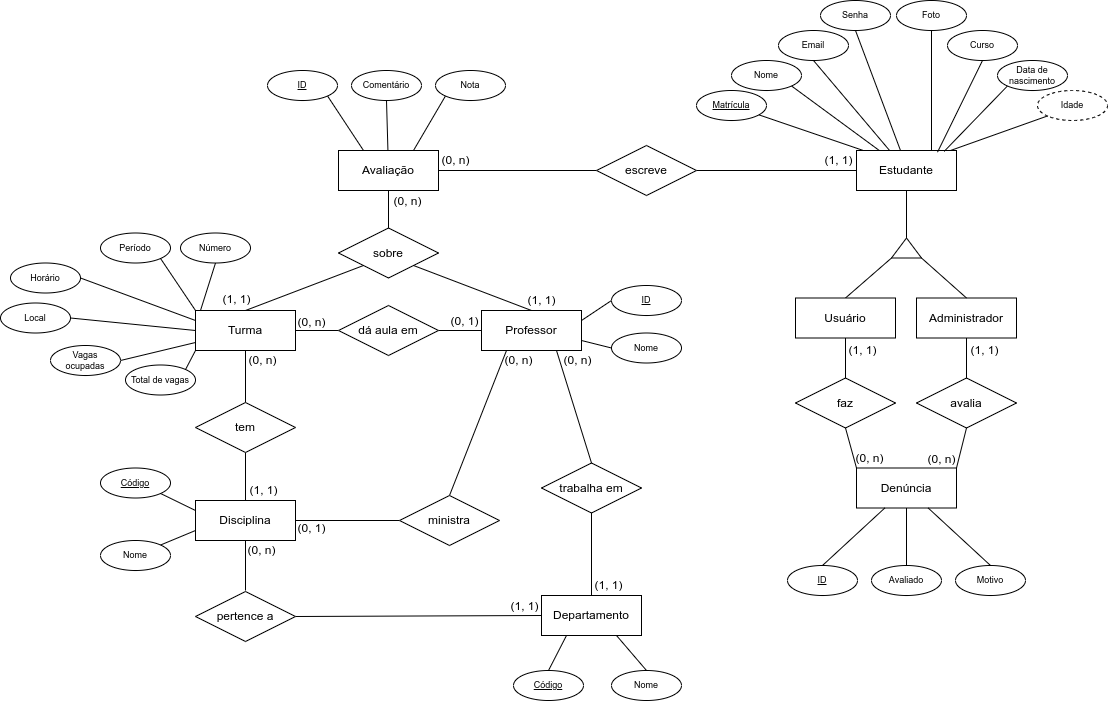
leorb99/Projeto_BD keeps this draw.io diagram as MER.png. Above is the earlier version. Source tidied: cells renumbered, new cells last; positions are measured from the earlier drawing's top-left corner, leaving out a move shared by most shapes.
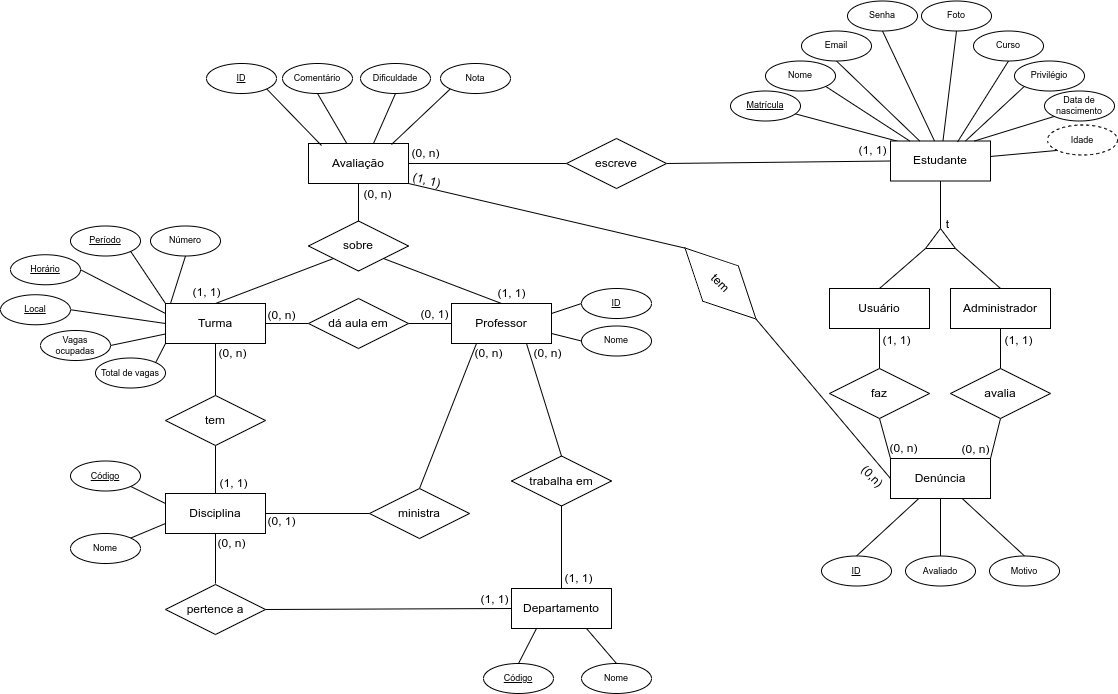
Later version of the same file.

The edit, as a diff of the source:
```diff
@@ -11,7 +11,7 @@
       <mxGeometry x="195" y="500" width="100" height="40" as="geometry" />
     </mxCell>
     <mxCell id="4" value="Administrador" style="whiteSpace=wrap;html=1;align=center;" parent="1" vertex="1">
-      <mxGeometry x="916" y="297.5" width="100" height="40" as="geometry" />
+      <mxGeometry x="980" y="295" width="100" height="40" as="geometry" />
     </mxCell>
     <mxCell id="5" style="edgeStyle=none;html=1;exitX=0.25;exitY=1;exitDx=0;exitDy=0;entryX=0.5;entryY=0;entryDx=0;entryDy=0;endArrow=none;endFill=0;" parent="1" edge="1" source="7" target="29">
       <mxGeometry relative="1" as="geometry" />
@@ -25,11 +25,17 @@
     <mxCell id="8" style="edgeStyle=none;html=1;exitX=0.5;exitY=1;exitDx=0;exitDy=0;entryX=0.5;entryY=0;entryDx=0;entryDy=0;endArrow=none;endFill=0;" parent="1" edge="1" source="9" target="35">
       <mxGeometry relative="1" as="geometry" />
     </mxCell>
+    <mxCell id="114" style="edgeStyle=none;html=1;exitX=1;exitY=1;exitDx=0;exitDy=0;entryX=0;entryY=0.5;entryDx=0;entryDy=0;endArrow=none;endFill=0;" parent="1" edge="1" source="9" target="121">
+      <mxGeometry relative="1" as="geometry" />
+    </mxCell>
     <mxCell id="9" value="Avaliação" style="whiteSpace=wrap;html=1;align=center;" parent="1" vertex="1">
       <mxGeometry x="338" y="150" width="100" height="40" as="geometry" />
     </mxCell>
+    <mxCell id="115" style="edgeStyle=none;html=1;exitX=0;exitY=0.5;exitDx=0;exitDy=0;entryX=1;entryY=0.5;entryDx=0;entryDy=0;endArrow=none;endFill=0;" parent="1" edge="1" source="10" target="121">
+      <mxGeometry relative="1" as="geometry" />
+    </mxCell>
     <mxCell id="10" value="Denúncia" style="whiteSpace=wrap;html=1;align=center;" parent="1" vertex="1">
-      <mxGeometry x="856" y="467.5" width="100" height="40" as="geometry" />
+      <mxGeometry x="920" y="465" width="100" height="40" as="geometry" />
     </mxCell>
     <mxCell id="11" value="Departamento" style="whiteSpace=wrap;html=1;align=center;" parent="1" vertex="1">
       <mxGeometry x="541" y="595" width="100" height="40" as="geometry" />
@@ -44,7 +50,7 @@
       <mxGeometry relative="1" as="geometry" />
     </mxCell>
     <mxCell id="15" value="Estudante" style="whiteSpace=wrap;html=1;align=center;" parent="1" vertex="1">
-      <mxGeometry x="856" y="150" width="100" height="40" as="geometry" />
+      <mxGeometry x="920" y="147.5" width="100" height="40" as="geometry" />
     </mxCell>
     <mxCell id="16" style="edgeStyle=none;html=1;exitX=1;exitY=1;exitDx=0;exitDy=0;exitPerimeter=0;entryX=0.5;entryY=0;entryDx=0;entryDy=0;endArrow=none;endFill=0;" parent="1" edge="1" source="18" target="4">
       <mxGeometry relative="1" as="geometry" />
@@ -53,13 +59,13 @@
       <mxGeometry relative="1" as="geometry" />
     </mxCell>
     <mxCell id="18" style="verticalLabelPosition=bottom;verticalAlign=top;html=1;shape=mxgraph.basic.acute_triangle;dx=0.5;" parent="1" vertex="1">
-      <mxGeometry x="891" y="237.5" width="30" height="20" as="geometry" />
+      <mxGeometry x="955" y="235" width="30" height="20" as="geometry" />
     </mxCell>
     <mxCell id="19" style="edgeStyle=none;html=1;exitX=0.5;exitY=1;exitDx=0;exitDy=0;endArrow=none;endFill=0;" parent="1" edge="1" source="20" target="25">
       <mxGeometry relative="1" as="geometry" />
     </mxCell>
     <mxCell id="20" value="Usuário" style="whiteSpace=wrap;html=1;align=center;" parent="1" vertex="1">
-      <mxGeometry x="795" y="297.5" width="100" height="40" as="geometry" />
+      <mxGeometry x="859" y="295" width="100" height="40" as="geometry" />
     </mxCell>
     <mxCell id="21" style="edgeStyle=none;html=1;exitX=0.5;exitY=1;exitDx=0;exitDy=0;endArrow=none;endFill=0;" parent="1" edge="1" source="23" target="48">
       <mxGeometry relative="1" as="geometry" />
@@ -74,7 +80,7 @@
       <mxGeometry relative="1" as="geometry" />
     </mxCell>
     <mxCell id="25" value="faz" style="shape=rhombus;perimeter=rhombusPerimeter;whiteSpace=wrap;html=1;align=center;" parent="1" vertex="1">
-      <mxGeometry x="795" y="377.5" width="100" height="50" as="geometry" />
+      <mxGeometry x="859" y="375" width="100" height="50" as="geometry" />
     </mxCell>
     <mxCell id="26" style="edgeStyle=none;html=1;exitX=0;exitY=0.5;exitDx=0;exitDy=0;entryX=1;entryY=0.5;entryDx=0;entryDy=0;endArrow=none;endFill=0;" parent="1" edge="1" source="27" target="9">
       <mxGeometry relative="1" as="geometry" />
@@ -95,7 +101,7 @@
       <mxGeometry relative="1" as="geometry" />
     </mxCell>
     <mxCell id="32" value="avalia" style="shape=rhombus;perimeter=rhombusPerimeter;whiteSpace=wrap;html=1;align=center;" parent="1" vertex="1">
-      <mxGeometry x="916" y="377.5" width="100" height="50" as="geometry" />
+      <mxGeometry x="980" y="375" width="100" height="50" as="geometry" />
     </mxCell>
     <mxCell id="33" style="edgeStyle=none;html=1;entryX=0.5;entryY=0;entryDx=0;entryDy=0;endArrow=none;endFill=0;exitX=0;exitY=1;exitDx=0;exitDy=0;" parent="1" edge="1" source="35" target="23">
       <mxGeometry relative="1" as="geometry" />
@@ -107,22 +113,22 @@
       <mxGeometry x="338" y="227.5" width="100" height="50" as="geometry" />
     </mxCell>
     <mxCell id="36" value="(1, 1)" style="text;html=1;align=center;verticalAlign=middle;strokeColor=none;fillColor=none;" parent="1" vertex="1">
-      <mxGeometry x="837" y="334.5" width="50" height="30" as="geometry" />
+      <mxGeometry x="901" y="332" width="50" height="30" as="geometry" />
     </mxCell>
     <mxCell id="37" value="(0, n)" style="text;html=1;align=center;verticalAlign=middle;strokeColor=none;fillColor=none;" parent="1" vertex="1">
-      <mxGeometry x="844" y="442.5" width="50" height="30" as="geometry" />
+      <mxGeometry x="908" y="440" width="50" height="30" as="geometry" />
     </mxCell>
     <mxCell id="38" value="(0, n)" style="text;html=1;align=center;verticalAlign=middle;strokeColor=none;fillColor=none;" parent="1" vertex="1">
-      <mxGeometry x="916" y="443.5" width="50" height="30" as="geometry" />
+      <mxGeometry x="980" y="441" width="50" height="30" as="geometry" />
     </mxCell>
     <mxCell id="39" value="(1, 1)" style="text;html=1;align=center;verticalAlign=middle;strokeColor=none;fillColor=none;" parent="1" vertex="1">
-      <mxGeometry x="959" y="334.5" width="50" height="30" as="geometry" />
+      <mxGeometry x="1023" y="332" width="50" height="30" as="geometry" />
     </mxCell>
     <mxCell id="40" value="(0, n)" style="text;html=1;align=center;verticalAlign=middle;strokeColor=none;fillColor=none;" parent="1" vertex="1">
       <mxGeometry x="430" y="144.5" width="50" height="30" as="geometry" />
     </mxCell>
     <mxCell id="41" value="(1, 1)" style="text;html=1;align=center;verticalAlign=middle;strokeColor=none;fillColor=none;" parent="1" vertex="1">
-      <mxGeometry x="813" y="145" width="50" height="30" as="geometry" />
+      <mxGeometry x="877" y="142.5" width="50" height="30" as="geometry" />
     </mxCell>
     <mxCell id="42" value="(0, n)" style="text;html=1;align=center;verticalAlign=middle;strokeColor=none;fillColor=none;" parent="1" vertex="1">
       <mxGeometry x="382" y="185.5" width="50" height="30" as="geometry" />
@@ -191,54 +197,54 @@
       <mxGeometry relative="1" as="geometry" />
     </mxCell>
     <mxCell id="64" value="Senha" style="ellipse;whiteSpace=wrap;html=1;align=center;fontSize=9;" parent="1" vertex="1">
-      <mxGeometry x="820" width="70" height="30" as="geometry" />
+      <mxGeometry x="877" y="7.5" width="70" height="30" as="geometry" />
     </mxCell>
     <mxCell id="65" value="&lt;u style=&quot;font-size: 9px;&quot;&gt;Matrícula&lt;br style=&quot;font-size: 9px;&quot;&gt;&lt;/u&gt;" style="ellipse;whiteSpace=wrap;html=1;align=center;fontSize=9;" parent="1" vertex="1">
-      <mxGeometry x="696" y="90" width="70" height="30" as="geometry" />
+      <mxGeometry x="760" y="97.5" width="70" height="30" as="geometry" />
     </mxCell>
     <mxCell id="66" style="edgeStyle=none;html=1;exitX=0.5;exitY=1;exitDx=0;exitDy=0;endArrow=none;endFill=0;" parent="1" edge="1" source="67" target="15">
       <mxGeometry relative="1" as="geometry" />
     </mxCell>
     <mxCell id="67" value="Email" style="ellipse;whiteSpace=wrap;html=1;align=center;fontSize=9;" parent="1" vertex="1">
-      <mxGeometry x="778" y="30" width="70" height="30" as="geometry" />
+      <mxGeometry x="831" y="37.5" width="70" height="30" as="geometry" />
     </mxCell>
     <mxCell id="68" style="edgeStyle=none;html=1;exitX=1;exitY=1;exitDx=0;exitDy=0;endArrow=none;endFill=0;" parent="1" edge="1" source="69" target="15">
       <mxGeometry relative="1" as="geometry" />
     </mxCell>
     <mxCell id="69" value="Nome" style="ellipse;whiteSpace=wrap;html=1;align=center;fontSize=9;" parent="1" vertex="1">
-      <mxGeometry x="731" y="60" width="70" height="30" as="geometry" />
+      <mxGeometry x="795" y="67.5" width="70" height="30" as="geometry" />
     </mxCell>
-    <mxCell id="70" style="edgeStyle=none;html=1;exitX=0.5;exitY=1;exitDx=0;exitDy=0;entryX=0.81;entryY=0.042;entryDx=0;entryDy=0;endArrow=none;endFill=0;entryPerimeter=0;" parent="1" edge="1" source="71" target="15">
+    <mxCell id="70" style="edgeStyle=none;html=1;exitX=0.5;exitY=1;exitDx=0;exitDy=0;entryX=0.67;entryY=0.025;entryDx=0;entryDy=0;endArrow=none;endFill=0;entryPerimeter=0;" parent="1" edge="1" source="71" target="15">
       <mxGeometry relative="1" as="geometry" />
     </mxCell>
     <mxCell id="71" value="Curso" style="ellipse;whiteSpace=wrap;html=1;align=center;fontSize=9;" parent="1" vertex="1">
-      <mxGeometry x="947" y="30" width="70" height="30" as="geometry" />
+      <mxGeometry x="1003" y="37.5" width="70" height="30" as="geometry" />
     </mxCell>
-    <mxCell id="72" style="edgeStyle=none;html=1;exitX=0;exitY=1;exitDx=0;exitDy=0;endArrow=none;endFill=0;entryX=0.877;entryY=0.021;entryDx=0;entryDy=0;entryPerimeter=0;" parent="1" edge="1" source="73" target="15">
-      <mxGeometry relative="1" as="geometry" />
+    <mxCell id="72" style="edgeStyle=none;html=1;exitX=0;exitY=1;exitDx=0;exitDy=0;endArrow=none;endFill=0;" parent="1" edge="1" source="73">
+      <mxGeometry relative="1" as="geometry">
+        <mxPoint x="1004" y="147.5" as="targetPoint" />
+      </mxGeometry>
     </mxCell>
     <mxCell id="73" value="Data de nascimento" style="ellipse;whiteSpace=wrap;html=1;align=center;fontSize=9;" parent="1" vertex="1">
-      <mxGeometry x="997" y="60" width="70" height="30" as="geometry" />
+      <mxGeometry x="1074" y="97.5" width="70" height="30" as="geometry" />
     </mxCell>
-    <mxCell id="74" style="edgeStyle=none;html=1;exitX=0.5;exitY=1;exitDx=0;exitDy=0;entryX=0.75;entryY=0;entryDx=0;entryDy=0;endArrow=none;endFill=0;" parent="1" edge="1" source="75" target="15">
+    <mxCell id="74" style="edgeStyle=none;html=1;exitX=0.5;exitY=1;exitDx=0;exitDy=0;endArrow=none;endFill=0;" parent="1" edge="1" source="75" target="15">
       <mxGeometry relative="1" as="geometry" />
     </mxCell>
     <mxCell id="75" value="Foto" style="ellipse;whiteSpace=wrap;html=1;align=center;fontSize=9;" parent="1" vertex="1">
-      <mxGeometry x="896" width="70" height="30" as="geometry" />
+      <mxGeometry x="951" y="7.5" width="70" height="30" as="geometry" />
     </mxCell>
-    <mxCell id="76" style="edgeStyle=none;html=1;exitX=0;exitY=1;exitDx=0;exitDy=0;endArrow=none;endFill=0;" parent="1" edge="1" source="77">
-      <mxGeometry relative="1" as="geometry">
-        <mxPoint x="950" y="150" as="targetPoint" />
-      </mxGeometry>
+    <mxCell id="76" style="edgeStyle=none;html=1;exitX=0;exitY=1;exitDx=0;exitDy=0;endArrow=none;endFill=0;" parent="1" edge="1" source="77" target="15">
+      <mxGeometry relative="1" as="geometry" />
     </mxCell>
     <mxCell id="77" value="&lt;font style=&quot;font-size: 9px;&quot;&gt;Idade&lt;/font&gt;" style="ellipse;whiteSpace=wrap;html=1;align=center;dashed=1;fontSize=9;" parent="1" vertex="1">
-      <mxGeometry x="1037" y="90" width="70" height="30" as="geometry" />
+      <mxGeometry x="1077" y="131.5" width="70" height="30" as="geometry" />
     </mxCell>
     <mxCell id="78" style="edgeStyle=none;html=1;exitX=1;exitY=0.5;exitDx=0;exitDy=0;entryX=0;entryY=0.25;entryDx=0;entryDy=0;fontSize=9;endArrow=none;endFill=0;" parent="1" edge="1" source="79" target="23">
       <mxGeometry relative="1" as="geometry" />
     </mxCell>
-    <mxCell id="79" value="Horário" style="ellipse;whiteSpace=wrap;html=1;align=center;fontSize=9;" parent="1" vertex="1">
-      <mxGeometry x="10" y="262.5" width="70" height="30" as="geometry" />
+    <mxCell id="79" value="&lt;u&gt;Horário&lt;/u&gt;" style="ellipse;whiteSpace=wrap;html=1;align=center;fontSize=9;" parent="1" vertex="1">
+      <mxGeometry x="40" y="261.2" width="70" height="30" as="geometry" />
     </mxCell>
     <mxCell id="80" style="edgeStyle=none;html=1;exitX=1;exitY=0;exitDx=0;exitDy=0;entryX=0;entryY=1;entryDx=0;entryDy=0;fontSize=9;endArrow=none;endFill=0;" parent="1" edge="1" source="81" target="23">
       <mxGeometry relative="1" as="geometry" />
@@ -249,14 +255,14 @@
     <mxCell id="82" style="edgeStyle=none;html=1;exitX=1;exitY=1;exitDx=0;exitDy=0;entryX=0;entryY=0;entryDx=0;entryDy=0;fontSize=9;endArrow=none;endFill=0;" parent="1" edge="1" source="83" target="23">
       <mxGeometry relative="1" as="geometry" />
     </mxCell>
-    <mxCell id="83" value="Período" style="ellipse;whiteSpace=wrap;html=1;align=center;fontSize=9;" parent="1" vertex="1">
+    <mxCell id="83" value="&lt;u&gt;Período&lt;/u&gt;" style="ellipse;whiteSpace=wrap;html=1;align=center;fontSize=9;" parent="1" vertex="1">
       <mxGeometry x="100" y="232.5" width="70" height="30" as="geometry" />
     </mxCell>
     <mxCell id="84" style="edgeStyle=none;html=1;exitX=1;exitY=0.5;exitDx=0;exitDy=0;entryX=0;entryY=0.5;entryDx=0;entryDy=0;fontSize=9;endArrow=none;endFill=0;" parent="1" edge="1" source="85" target="23">
       <mxGeometry relative="1" as="geometry" />
     </mxCell>
-    <mxCell id="85" value="Local" style="ellipse;whiteSpace=wrap;html=1;align=center;fontSize=9;" parent="1" vertex="1">
-      <mxGeometry y="302.5" width="70" height="30" as="geometry" />
+    <mxCell id="85" value="&lt;u&gt;Local&lt;/u&gt;" style="ellipse;whiteSpace=wrap;html=1;align=center;fontSize=9;" parent="1" vertex="1">
+      <mxGeometry x="30" y="301.2" width="70" height="30" as="geometry" />
     </mxCell>
     <mxCell id="86" style="edgeStyle=none;html=1;exitX=0.5;exitY=1;exitDx=0;exitDy=0;fontSize=9;endArrow=none;endFill=0;" parent="1" edge="1" source="87">
       <mxGeometry relative="1" as="geometry">
@@ -270,7 +276,7 @@
       <mxGeometry relative="1" as="geometry" />
     </mxCell>
     <mxCell id="89" value="Vagas &lt;br&gt;ocupadas" style="ellipse;whiteSpace=wrap;html=1;align=center;fontSize=9;" parent="1" vertex="1">
-      <mxGeometry x="50" y="345" width="70" height="30" as="geometry" />
+      <mxGeometry x="70" y="337" width="70" height="30" as="geometry" />
     </mxCell>
     <mxCell id="90" style="edgeStyle=none;html=1;exitX=1;exitY=1;exitDx=0;exitDy=0;entryX=0;entryY=0.25;entryDx=0;entryDy=0;fontSize=9;endArrow=none;endFill=0;" parent="1" edge="1" source="91" target="3">
       <mxGeometry relative="1" as="geometry" />
@@ -300,7 +306,7 @@
       <mxGeometry relative="1" as="geometry" />
     </mxCell>
     <mxCell id="99" value="&lt;u&gt;ID&lt;br&gt;&lt;/u&gt;" style="ellipse;whiteSpace=wrap;html=1;align=center;fontSize=9;" parent="1" vertex="1">
-      <mxGeometry x="611" y="285" width="70" height="30" as="geometry" />
+      <mxGeometry x="611" y="295" width="70" height="30" as="geometry" />
     </mxCell>
     <mxCell id="100" style="edgeStyle=none;html=1;exitX=0;exitY=0.5;exitDx=0;exitDy=0;entryX=1;entryY=0.75;entryDx=0;entryDy=0;fontSize=9;endArrow=none;endFill=0;" parent="1" edge="1" source="101" target="7">
       <mxGeometry relative="1" as="geometry" />
@@ -308,41 +314,65 @@
     <mxCell id="101" value="Nome" style="ellipse;whiteSpace=wrap;html=1;align=center;fontSize=9;" parent="1" vertex="1">
       <mxGeometry x="611" y="332.5" width="70" height="30" as="geometry" />
     </mxCell>
-    <mxCell id="102" style="edgeStyle=none;html=1;exitX=1;exitY=1;exitDx=0;exitDy=0;entryX=0.25;entryY=0;entryDx=0;entryDy=0;fontSize=9;endArrow=none;endFill=0;" parent="1" edge="1" source="103" target="9">
+    <mxCell id="102" style="edgeStyle=none;html=1;exitX=1;exitY=1;exitDx=0;exitDy=0;entryX=0.13;entryY=0.05;entryDx=0;entryDy=0;fontSize=9;endArrow=none;endFill=0;entryPerimeter=0;" parent="1" edge="1" source="103" target="9">
       <mxGeometry relative="1" as="geometry" />
     </mxCell>
     <mxCell id="103" value="&lt;u&gt;ID&lt;/u&gt;" style="ellipse;whiteSpace=wrap;html=1;align=center;fontSize=9;" parent="1" vertex="1">
-      <mxGeometry x="267" y="70" width="70" height="30" as="geometry" />
+      <mxGeometry x="236" y="70" width="70" height="30" as="geometry" />
     </mxCell>
     <mxCell id="104" style="edgeStyle=none;html=1;exitX=0.5;exitY=1;exitDx=0;exitDy=0;fontSize=9;endArrow=none;endFill=0;" parent="1" edge="1" source="105" target="9">
       <mxGeometry relative="1" as="geometry" />
     </mxCell>
     <mxCell id="105" value="Comentário" style="ellipse;whiteSpace=wrap;html=1;align=center;fontSize=9;" parent="1" vertex="1">
-      <mxGeometry x="351" y="70" width="70" height="30" as="geometry" />
+      <mxGeometry x="312" y="70" width="70" height="30" as="geometry" />
     </mxCell>
-    <mxCell id="106" style="edgeStyle=none;html=1;exitX=0;exitY=1;exitDx=0;exitDy=0;entryX=0.75;entryY=0;entryDx=0;entryDy=0;fontSize=9;endArrow=none;endFill=0;" parent="1" edge="1" source="107" target="9">
+    <mxCell id="106" style="edgeStyle=none;html=1;exitX=0;exitY=1;exitDx=0;exitDy=0;fontSize=9;endArrow=none;endFill=0;entryX=0.83;entryY=0.025;entryDx=0;entryDy=0;entryPerimeter=0;" parent="1" edge="1" source="107" target="9">
       <mxGeometry relative="1" as="geometry" />
     </mxCell>
     <mxCell id="107" value="Nota" style="ellipse;whiteSpace=wrap;html=1;align=center;fontSize=9;" parent="1" vertex="1">
-      <mxGeometry x="435" y="70" width="70" height="30" as="geometry" />
+      <mxGeometry x="470" y="70" width="70" height="30" as="geometry" />
     </mxCell>
     <mxCell id="108" style="edgeStyle=none;html=1;exitX=0.5;exitY=0;exitDx=0;exitDy=0;fontSize=9;endArrow=none;endFill=0;" parent="1" edge="1" source="109" target="10">
       <mxGeometry relative="1" as="geometry" />
     </mxCell>
     <mxCell id="109" value="&lt;u&gt;ID&lt;/u&gt;" style="ellipse;whiteSpace=wrap;html=1;align=center;fontSize=9;" parent="1" vertex="1">
-      <mxGeometry x="787" y="565" width="70" height="30" as="geometry" />
+      <mxGeometry x="851" y="562.5" width="70" height="30" as="geometry" />
     </mxCell>
     <mxCell id="110" style="edgeStyle=none;html=1;exitX=0.5;exitY=0;exitDx=0;exitDy=0;fontSize=9;endArrow=none;endFill=0;" parent="1" edge="1" source="111" target="10">
       <mxGeometry relative="1" as="geometry" />
     </mxCell>
     <mxCell id="111" value="Avaliado" style="ellipse;whiteSpace=wrap;html=1;align=center;fontSize=9;" parent="1" vertex="1">
-      <mxGeometry x="871" y="565" width="70" height="30" as="geometry" />
+      <mxGeometry x="935" y="562.5" width="70" height="30" as="geometry" />
     </mxCell>
     <mxCell id="112" style="edgeStyle=none;html=1;exitX=0.5;exitY=0;exitDx=0;exitDy=0;fontSize=9;endArrow=none;endFill=0;" parent="1" edge="1" source="113" target="10">
       <mxGeometry relative="1" as="geometry" />
     </mxCell>
     <mxCell id="113" value="Motivo" style="ellipse;whiteSpace=wrap;html=1;align=center;fontSize=9;" parent="1" vertex="1">
-      <mxGeometry x="955" y="565" width="70" height="30" as="geometry" />
+      <mxGeometry x="1019" y="562.5" width="70" height="30" as="geometry" />
     </mxCell>
+    <mxCell id="116" style="edgeStyle=none;html=1;exitX=0.5;exitY=1;exitDx=0;exitDy=0;entryX=0.65;entryY=0;entryDx=0;entryDy=0;endArrow=none;endFill=0;entryPerimeter=0;" parent="1" edge="1" source="117" target="9">
+      <mxGeometry relative="1" as="geometry" />
+    </mxCell>
+    <mxCell id="117" value="Dificuldade" style="ellipse;whiteSpace=wrap;html=1;align=center;fontSize=9;" parent="1" vertex="1">
+      <mxGeometry x="390" y="70" width="70" height="30" as="geometry" />
+    </mxCell>
+    <mxCell id="118" value="t" style="text;html=1;align=center;verticalAlign=middle;strokeColor=none;fillColor=none;" parent="1" vertex="1">
+      <mxGeometry x="962" y="215.5" width="30" height="30" as="geometry" />
+    </mxCell>
+    <mxCell id="119" style="edgeStyle=none;html=1;exitX=0;exitY=1;exitDx=0;exitDy=0;entryX=0.75;entryY=0;entryDx=0;entryDy=0;endArrow=none;endFill=0;" parent="1" edge="1" source="120" target="15">
+      <mxGeometry relative="1" as="geometry" />
+    </mxCell>
+    <mxCell id="120" value="Privilégio" style="ellipse;whiteSpace=wrap;html=1;align=center;fontSize=9;" parent="1" vertex="1">
+      <mxGeometry x="1044" y="67.5" width="70" height="30" as="geometry" />
+    </mxCell>
+    <mxCell id="121" value="tem" style="shape=rhombus;perimeter=rhombusPerimeter;whiteSpace=wrap;html=1;align=center;rotation=45;" parent="1" vertex="1">
+      <mxGeometry x="700" y="265" width="100" height="50" as="geometry" />
+    </mxCell>
+    <mxCell id="122" value="(0,n)" style="text;html=1;align=center;verticalAlign=middle;strokeColor=none;fillColor=none;rotation=45;" parent="1" vertex="1">
+      <mxGeometry x="877" y="467.5" width="50" height="30" as="geometry" />
+    </mxCell>
+    <mxCell id="123" value="(1, 1)" style="text;html=1;align=center;verticalAlign=middle;strokeColor=none;fillColor=none;rotation=15;" parent="1" vertex="1">
+      <mxGeometry x="431" y="172.5" width="50" height="30" as="geometry" />
+    </mxCell>
   </root>
 </mxGraphModel>
```
